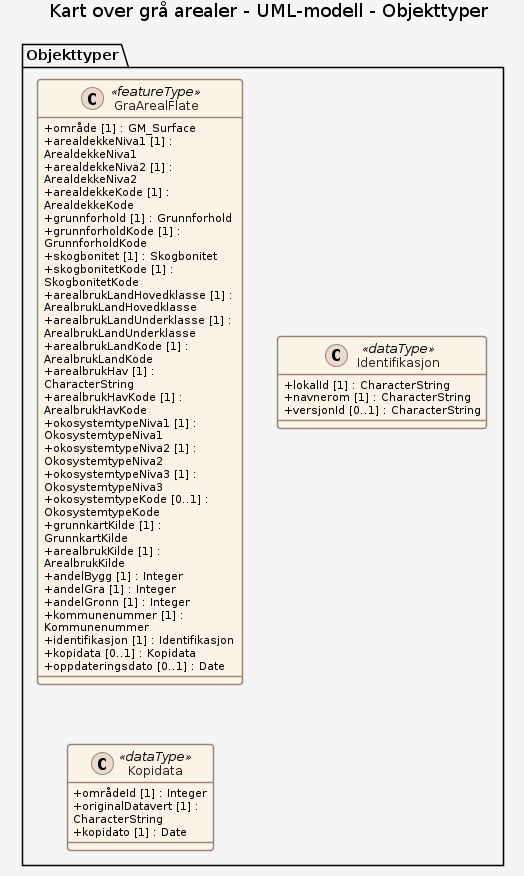
This is produktspesifikasjon/kart-over-gra-arealer/uml-modell/uml-modell_feature_catalogue.png from ToreFreddyB/produktspesifikasjon_nibio, a PlantUML export, as it was before one commit. Its source is kept beside it as produktspesifikasjon/kart-over-gra-arealer/uml-modell/uml-modell_feature_catalogue.puml.
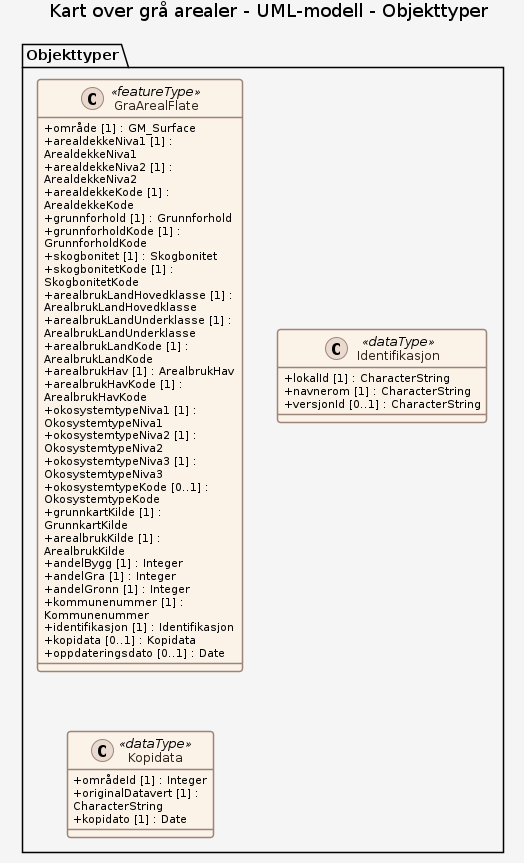
Later version of the same file.

What changed in the source:
```diff
@@ -39,7 +39,7 @@
     + arealbrukLandHovedklasse [1] : ArealbrukLandHovedklasse
     + arealbrukLandUnderklasse [1] : ArealbrukLandUnderklasse
     + arealbrukLandKode [1] : ArealbrukLandKode
-    + arealbrukHav [1] : CharacterString
+    + arealbrukHav [1] : ArealbrukHav
     + arealbrukHavKode [1] : ArealbrukHavKode
     + okosystemtypeNiva1 [1] : OkosystemtypeNiva1
     + okosystemtypeNiva2 [1] : OkosystemtypeNiva2
```
